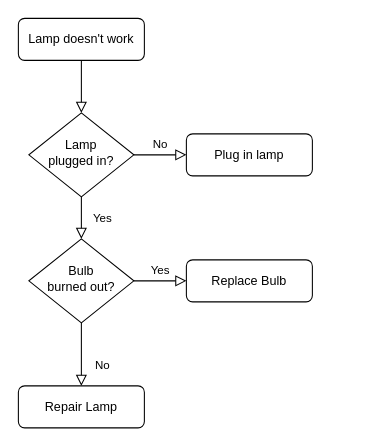
Earlier version of the draw.io diagram Untitled Diagram.drawio (YashwanthC315/github-workflow). Source tidied: cells renumbered, new cells numbered last; positions are measured from the earlier drawing's top-left corner, leaving out a move shared by most shapes. Both pictures are drawn from the tidied source at 105%, with x=0, y=0 at pixel (18, 18).
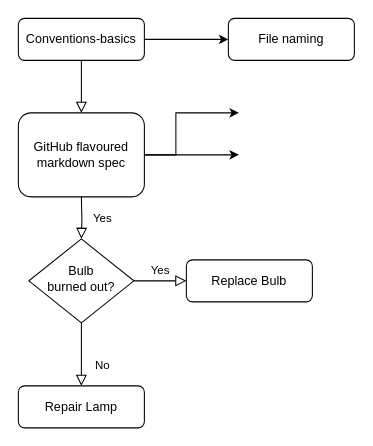
Above is the later version.

Commit message:
git workflow sequence diagram.drawio

Change to the diagram source:
```diff
@@
 <mxGraphModel>
   <root>
     <mxCell id="0" />
     <mxCell id="1" parent="0" />
-    <mxCell id="2" style="rounded=0;html=1;jettySize=auto;fontSize=11;endArrow=block;endFill=0;endSize=8;strokeWidth=1;shadow=0;labelBackgroundColor=none;edgeStyle=orthogonalEdgeStyle;" parent="1" edge="1" source="3" target="6">
-      <mxGeometry relative="1" as="geometry" />
+    <mxCell id="2" style="rounded=0;html=1;jettySize=auto;fontSize=11;endArrow=block;endFill=0;endSize=8;strokeWidth=1;shadow=0;labelBackgroundColor=none;edgeStyle=orthogonalEdgeStyle;" parent="1" edge="1" source="3">
+      <mxGeometry relative="1" as="geometry">
+        <mxPoint x="60" y="90" as="targetPoint" />
+      </mxGeometry>
     </mxCell>
+    <mxCell id="13" style="edgeStyle=orthogonalEdgeStyle;rounded=0;jettySize=auto;html=1;" parent="1" edge="1" source="3" target="16">
+      <mxGeometry relative="1" as="geometry" />
+    </mxCell>
-    <mxCell id="3" value="Lamp doesn't work" style="rounded=1;whiteSpace=wrap;html=1;fontSize=12;glass=0;strokeWidth=1;shadow=0;" parent="1" vertex="1">
+    <mxCell id="3" value="Conventions-basics" style="rounded=1;whiteSpace=wrap;html=1;fontSize=12;glass=0;strokeWidth=1;shadow=0;" parent="1" vertex="1">
       <mxGeometry width="120" height="40" as="geometry" />
     </mxCell>
-    <mxCell id="4" value="Yes" style="rounded=0;html=1;jettySize=auto;fontSize=11;endArrow=block;endFill=0;endSize=8;strokeWidth=1;shadow=0;labelBackgroundColor=none;edgeStyle=orthogonalEdgeStyle;" parent="1" edge="1" source="6" target="10">
-      <mxGeometry y="20" relative="1" as="geometry" />
+    <mxCell id="4" value="Yes" style="rounded=0;html=1;jettySize=auto;fontSize=11;endArrow=block;endFill=0;endSize=8;strokeWidth=1;shadow=0;labelBackgroundColor=none;edgeStyle=orthogonalEdgeStyle;" parent="1" edge="1" target="10">
+      <mxGeometry y="20" relative="1" as="geometry">
+        <mxPoint x="60" y="170" as="sourcePoint" />
+      </mxGeometry>
     </mxCell>
-    <mxCell id="5" value="No" style="edgeStyle=orthogonalEdgeStyle;rounded=0;html=1;jettySize=auto;fontSize=11;endArrow=block;endFill=0;endSize=8;strokeWidth=1;shadow=0;labelBackgroundColor=none;" parent="1" edge="1" source="6" target="7">
-      <mxGeometry y="10" relative="1" as="geometry" />
-    </mxCell>
-    <mxCell id="6" value="Lamp&lt;br&gt;plugged in?" style="rhombus;whiteSpace=wrap;html=1;shadow=0;fontFamily=Helvetica;fontSize=12;align=center;strokeWidth=1;spacing=6;spacingTop=-4;" parent="1" vertex="1">
-      <mxGeometry x="10" y="90" width="100" height="80" as="geometry" />
-    </mxCell>
+    <mxCell id="14" style="edgeStyle=orthogonalEdgeStyle;rounded=0;jettySize=auto;html=1;exitX=1;exitY=0.5;exitDx=0;exitDy=0;" parent="1" edge="1" source="7">
+      <mxGeometry relative="1" as="geometry">
+        <mxPoint x="210" y="90" as="targetPoint" />
+        <Array as="points">
+          <mxPoint x="150" y="130" />
+          <mxPoint x="150" y="90" />
+        </Array>
+      </mxGeometry>
+    </mxCell>
+    <mxCell id="15" style="edgeStyle=orthogonalEdgeStyle;rounded=0;jettySize=auto;html=1;" parent="1" edge="1" source="7">
+      <mxGeometry relative="1" as="geometry">
+        <mxPoint x="210" y="130" as="targetPoint" />
+      </mxGeometry>
+    </mxCell>
-    <mxCell id="7" value="Plug in lamp" style="rounded=1;whiteSpace=wrap;html=1;fontSize=12;glass=0;strokeWidth=1;shadow=0;" parent="1" vertex="1">
-      <mxGeometry x="160" y="110" width="120" height="40" as="geometry" />
+    <mxCell id="7" value="GitHub flavoured markdown spec" style="rounded=1;whiteSpace=wrap;html=1;fontSize=12;glass=0;strokeWidth=1;shadow=0;" parent="1" vertex="1">
+      <mxGeometry y="90" width="120" height="80" as="geometry" />
     </mxCell>
     <mxCell id="8" value="No" style="rounded=0;html=1;jettySize=auto;fontSize=11;endArrow=block;endFill=0;endSize=8;strokeWidth=1;shadow=0;labelBackgroundColor=none;edgeStyle=orthogonalEdgeStyle;" parent="1" edge="1" source="10" target="11">
       <mxGeometry x="0.33" y="20" relative="1" as="geometry" />
     </mxCell>
     <mxCell id="9" value="Yes" style="edgeStyle=orthogonalEdgeStyle;rounded=0;html=1;jettySize=auto;fontSize=11;endArrow=block;endFill=0;endSize=8;strokeWidth=1;shadow=0;labelBackgroundColor=none;" parent="1" edge="1" source="10" target="12">
       <mxGeometry y="10" relative="1" as="geometry" />
     </mxCell>
     <mxCell id="10" value="Bulb&lt;br&gt;burned out?" style="rhombus;whiteSpace=wrap;html=1;shadow=0;fontFamily=Helvetica;fontSize=12;align=center;strokeWidth=1;spacing=6;spacingTop=-4;" parent="1" vertex="1">
       <mxGeometry x="10" y="210" width="100" height="80" as="geometry" />
     </mxCell>
     <mxCell id="11" value="Repair Lamp" style="rounded=1;whiteSpace=wrap;html=1;fontSize=12;glass=0;strokeWidth=1;shadow=0;" parent="1" vertex="1">
       <mxGeometry y="350" width="120" height="40" as="geometry" />
     </mxCell>
     <mxCell id="12" value="Replace Bulb" style="rounded=1;whiteSpace=wrap;html=1;fontSize=12;glass=0;strokeWidth=1;shadow=0;" parent="1" vertex="1">
       <mxGeometry x="160" y="230" width="120" height="40" as="geometry" />
     </mxCell>
+    <mxCell id="16" value="File naming" style="rounded=1;whiteSpace=wrap;html=1;fontSize=12;glass=0;strokeWidth=1;shadow=0;" parent="1" vertex="1">
+      <mxGeometry x="200" width="120" height="40" as="geometry" />
+    </mxCell>
   </root>
 </mxGraphModel>
```
